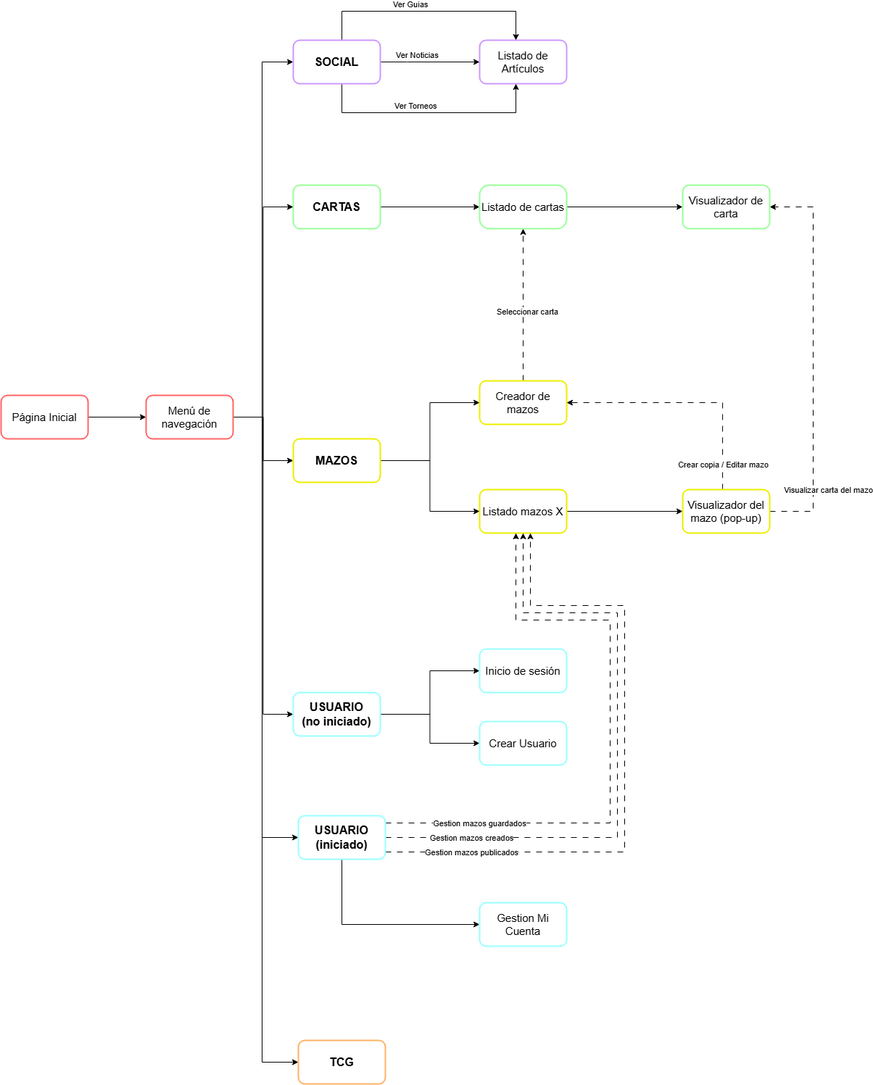
Before: Recursos/Mapa Card Partner v3.png, a diagram exported from draw.io (edgsant/CardPartner-TCG-Platform). Source tidied: cells renumbered, new cells last; positions are measured from the earlier drawing's top-left corner, leaving out a move shared by most shapes.
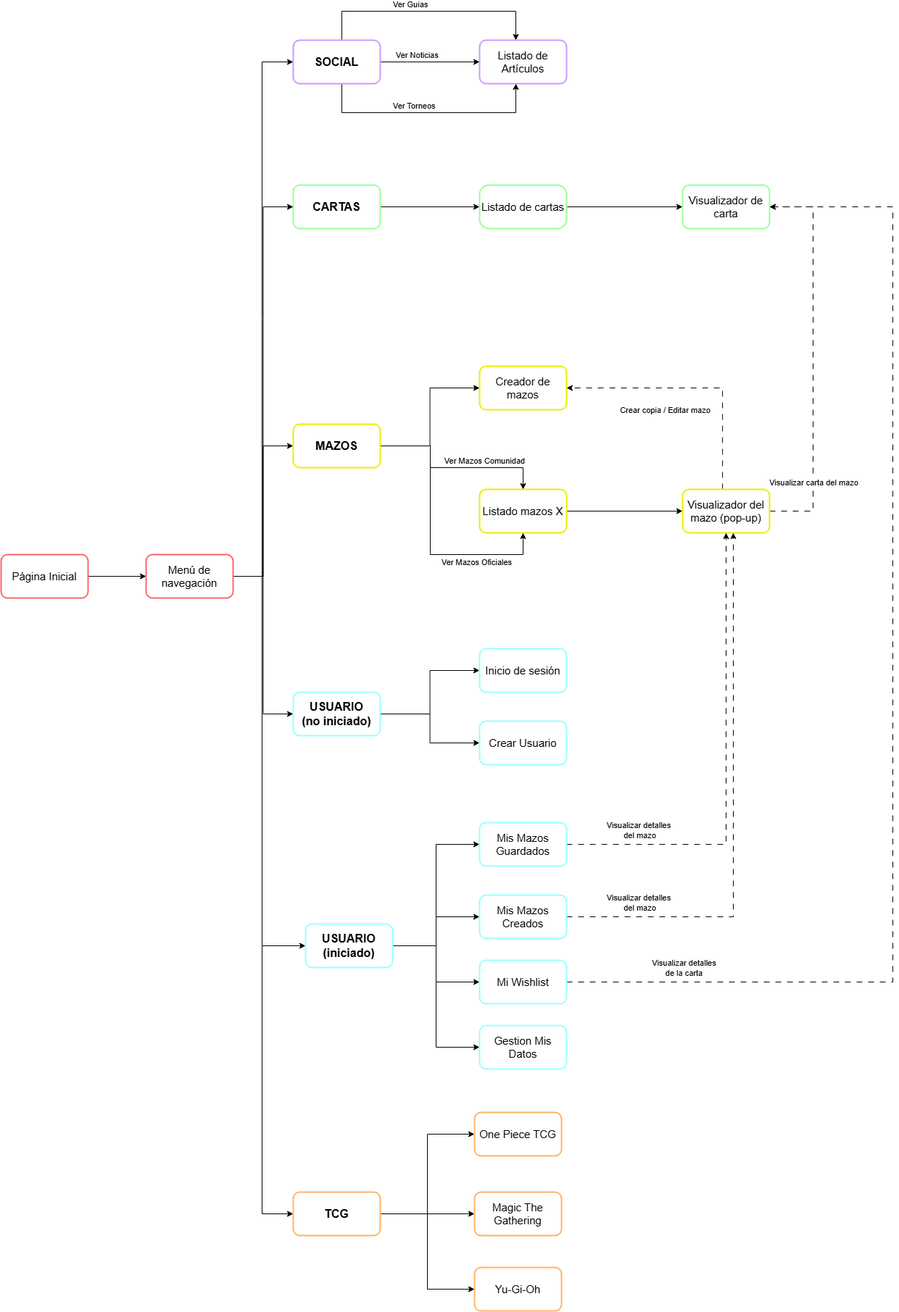
After the change.

Commit message:
docs: actualizado mapa de navegacion

The edit, as a diff of the source:
```diff
@@ -6,29 +6,16 @@
       <mxGeometry relative="1" as="geometry" />
     </mxCell>
     <mxCell id="3" value="Página Inicial" style="rounded=1;whiteSpace=wrap;html=1;strokeWidth=2;strokeColor=#FF6666;fontSize=15;" parent="1" vertex="1">
-      <mxGeometry y="530" width="120" height="60" as="geometry" />
+      <mxGeometry y="750" width="120" height="60" as="geometry" />
     </mxCell>
-    <mxCell id="4" style="edgeStyle=orthogonalEdgeStyle;rounded=0;jettySize=auto;html=1;entryX=0;entryY=0.5;entryDx=0;entryDy=0;jumpStyle=arc;jumpSize=15;" parent="1" edge="1" source="5" target="36">
+    <mxCell id="4" style="edgeStyle=orthogonalEdgeStyle;rounded=0;jettySize=auto;html=1;entryX=0;entryY=0.5;entryDx=0;entryDy=0;" parent="1" edge="1" source="5" target="36">
       <mxGeometry relative="1" as="geometry" />
     </mxCell>
     <mxCell id="5" value="Listado mazos X" style="rounded=1;whiteSpace=wrap;html=1;strokeWidth=2;strokeColor=#EEEE00;fontSize=15;" parent="1" vertex="1">
       <mxGeometry x="660" y="660" width="120" height="60" as="geometry" />
     </mxCell>
-    <mxCell id="6" style="edgeStyle=orthogonalEdgeStyle;rounded=0;jettySize=auto;html=1;dashed=1;dashPattern=8 8;entryX=0.5;entryY=1;entryDx=0;entryDy=0;jumpStyle=arc;jumpSize=15;" parent="1" edge="1" source="8" target="38">
-      <mxGeometry relative="1" as="geometry">
-        <Array as="points">
-          <mxPoint x="720" y="380" />
-          <mxPoint x="720" y="380" />
-        </Array>
-      </mxGeometry>
-    </mxCell>
-    <mxCell id="7" value="Seleccionar carta" style="edgeLabel;html=1;align=center;verticalAlign=middle;" parent="6" vertex="1">
-      <mxGeometry x="-0.71" y="3" relative="1" as="geometry">
-        <mxPoint x="8" y="-65" as="offset" />
-      </mxGeometry>
-    </mxCell>
     <mxCell id="8" value="Creador de mazos" style="rounded=1;whiteSpace=wrap;html=1;strokeWidth=2;strokeColor=#EEEE00;fontSize=15;" parent="1" vertex="1">
-      <mxGeometry x="660" y="510" width="120" height="60" as="geometry" />
+      <mxGeometry x="660" y="490" width="120" height="60" as="geometry" />
     </mxCell>
     <mxCell id="9" value="Listado de Artículos" style="rounded=1;whiteSpace=wrap;html=1;strokeWidth=2;strokeColor=#CC99FF;fontSize=15;" parent="1" vertex="1">
       <mxGeometry x="660" y="40" width="120" height="60" as="geometry" />
@@ -48,7 +35,7 @@
     <mxCell id="14" style="edgeStyle=orthogonalEdgeStyle;rounded=0;jettySize=auto;html=1;entryX=0;entryY=0.5;entryDx=0;entryDy=0;jumpStyle=arc;jumpSize=15;" parent="1" edge="1" source="18" target="28">
       <mxGeometry relative="1" as="geometry">
         <Array as="points">
-          <mxPoint x="360" y="560" />
+          <mxPoint x="360" y="780" />
           <mxPoint x="360" y="70" />
         </Array>
       </mxGeometry>
@@ -59,30 +46,55 @@
     <mxCell id="16" style="edgeStyle=orthogonalEdgeStyle;rounded=0;jettySize=auto;html=1;entryX=0;entryY=0.5;entryDx=0;entryDy=0;jumpStyle=arc;jumpSize=15;" parent="1" edge="1" source="18" target="47">
       <mxGeometry relative="1" as="geometry">
         <Array as="points">
-          <mxPoint x="360" y="560" />
-          <mxPoint x="360" y="1140" />
+          <mxPoint x="360" y="780" />
+          <mxPoint x="360" y="1290" />
         </Array>
       </mxGeometry>
     </mxCell>
     <mxCell id="17" style="edgeStyle=orthogonalEdgeStyle;rounded=0;jettySize=auto;html=1;entryX=0;entryY=0.5;entryDx=0;entryDy=0;" parent="1" edge="1" source="18" target="51">
       <mxGeometry relative="1" as="geometry">
         <Array as="points">
-          <mxPoint x="360" y="560" />
-          <mxPoint x="360" y="1450" />
+          <mxPoint x="360" y="780" />
+          <mxPoint x="360" y="1660" />
         </Array>
       </mxGeometry>
     </mxCell>
     <mxCell id="18" value="Me&lt;span style=&quot;background-color: transparent; color: light-dark(rgb(0, 0, 0), rgb(255, 255, 255));&quot;&gt;nú de navegación&lt;/span&gt;" style="rounded=1;whiteSpace=wrap;html=1;strokeWidth=2;strokeColor=#FF6666;fontSize=15;" parent="1" vertex="1">
-      <mxGeometry x="200" y="530" width="120" height="60" as="geometry" />
+      <mxGeometry x="200" y="750" width="120" height="60" as="geometry" />
     </mxCell>
-    <mxCell id="19" style="edgeStyle=orthogonalEdgeStyle;rounded=0;jettySize=auto;html=1;entryX=0;entryY=0.5;entryDx=0;entryDy=0;jumpStyle=arc;jumpSize=15;" parent="1" edge="1" source="21" target="5">
-      <mxGeometry relative="1" as="geometry" />
+    <mxCell id="19" style="edgeStyle=orthogonalEdgeStyle;rounded=0;jettySize=auto;html=1;jumpStyle=arc;jumpSize=15;entryX=0.5;entryY=0;entryDx=0;entryDy=0;" parent="1" edge="1" source="21" target="5">
+      <mxGeometry relative="1" as="geometry">
+        <Array as="points">
+          <mxPoint x="592" y="600" />
+          <mxPoint x="592" y="630" />
+          <mxPoint x="720" y="630" />
+        </Array>
+      </mxGeometry>
     </mxCell>
+    <mxCell id="52" value="Ver Mazos Comunidad" style="edgeLabel;html=1;align=center;verticalAlign=middle;" parent="19" vertex="1">
+      <mxGeometry x="0.59" y="1" relative="1" as="geometry">
+        <mxPoint x="-32" y="-9" as="offset" />
+      </mxGeometry>
+    </mxCell>
     <mxCell id="20" style="edgeStyle=orthogonalEdgeStyle;rounded=0;jettySize=auto;html=1;entryX=0;entryY=0.5;entryDx=0;entryDy=0;jumpStyle=arc;jumpSize=15;" parent="1" edge="1" source="21" target="8">
       <mxGeometry relative="1" as="geometry" />
     </mxCell>
+    <mxCell id="53" style="edgeStyle=orthogonalEdgeStyle;rounded=0;jettySize=auto;html=1;entryX=0.5;entryY=1;entryDx=0;entryDy=0;" parent="1" edge="1" source="21" target="5">
+      <mxGeometry relative="1" as="geometry">
+        <Array as="points">
+          <mxPoint x="592" y="600" />
+          <mxPoint x="592" y="750" />
+          <mxPoint x="720" y="750" />
+        </Array>
+      </mxGeometry>
+    </mxCell>
+    <mxCell id="54" value="Ver Mazos Oficiales" style="edgeLabel;html=1;align=center;verticalAlign=middle;" parent="53" vertex="1">
+      <mxGeometry x="0.59" y="1" relative="1" as="geometry">
+        <mxPoint x="-18" y="11" as="offset" />
+      </mxGeometry>
+    </mxCell>
     <mxCell id="21" value="MAZOS" style="rounded=1;whiteSpace=wrap;html=1;strokeWidth=2;strokeColor=#EEEE00;fontSize=16;fontStyle=1;" parent="1" vertex="1">
-      <mxGeometry x="403" y="590" width="120" height="60" as="geometry" />
+      <mxGeometry x="403" y="570" width="120" height="60" as="geometry" />
     </mxCell>
     <mxCell id="22" style="edgeStyle=orthogonalEdgeStyle;rounded=0;jettySize=auto;html=1;jumpStyle=arc;jumpSize=15;" parent="1" edge="1" source="28" target="9">
       <mxGeometry relative="1" as="geometry">
@@ -145,19 +157,19 @@
     </mxCell>
     <mxCell id="33" value="Visualizar carta del mazo" style="edgeLabel;html=1;align=center;verticalAlign=middle;" parent="32" vertex="1">
       <mxGeometry x="-0.67" y="-2" relative="1" as="geometry">
-        <mxPoint x="18" y="-1" as="offset" />
+        <mxPoint x="-2" y="-11" as="offset" />
       </mxGeometry>
     </mxCell>
     <mxCell id="34" style="edgeStyle=orthogonalEdgeStyle;rounded=0;jettySize=auto;html=1;entryX=1;entryY=0.5;entryDx=0;entryDy=0;dashed=1;dashPattern=8 8;strokeColor=default;align=center;verticalAlign=middle;fontFamily=Helvetica;fontSize=11;fontColor=default;labelBackgroundColor=default;jumpStyle=arc;jumpSize=15;endArrow=classic;" parent="1" edge="1" source="36" target="8">
       <mxGeometry relative="1" as="geometry">
         <Array as="points">
-          <mxPoint x="995" y="540" />
+          <mxPoint x="995" y="520" />
         </Array>
       </mxGeometry>
     </mxCell>
     <mxCell id="35" value="Crear copia / Editar mazo" style="edgeLabel;html=1;align=center;verticalAlign=middle;" parent="34" vertex="1">
       <mxGeometry x="-0.26" y="-1" relative="1" as="geometry">
-        <mxPoint x="4" y="86" as="offset" />
+        <mxPoint x="-81" y="21" as="offset" />
       </mxGeometry>
     </mxCell>
     <mxCell id="36" value="Visualizador del mazo (pop-up)" style="rounded=1;whiteSpace=wrap;html=1;strokeWidth=2;strokeColor=#EEEE00;fontSize=15;" parent="1" vertex="1">
@@ -172,55 +184,20 @@
     <mxCell id="39" value="Visualizador de carta" style="rounded=1;whiteSpace=wrap;html=1;strokeWidth=2;strokeColor=#99FF99;fontSize=15;" parent="1" vertex="1">
       <mxGeometry x="940" y="240" width="120" height="60" as="geometry" />
     </mxCell>
-    <mxCell id="40" style="edgeStyle=orthogonalEdgeStyle;rounded=0;jettySize=auto;html=1;dashed=1;dashPattern=8 8;strokeColor=default;align=center;verticalAlign=middle;fontFamily=Helvetica;fontSize=11;fontColor=default;labelBackgroundColor=default;jumpStyle=arc;jumpSize=15;endArrow=classic;" parent="1" edge="1" source="47" target="5">
-      <mxGeometry relative="1" as="geometry">
-        <Array as="points">
-          <mxPoint x="850" y="1140" />
-          <mxPoint x="850" y="830" />
-          <mxPoint x="720" y="830" />
-        </Array>
-      </mxGeometry>
-    </mxCell>
-    <mxCell id="41" value="Gestion mazos creados" style="edgeLabel;html=1;align=center;verticalAlign=middle;" parent="40" vertex="1">
-      <mxGeometry x="-0.58" y="-2" relative="1" as="geometry">
-        <mxPoint x="-64" y="-2" as="offset" />
-      </mxGeometry>
-    </mxCell>
-    <mxCell id="42" style="edgeStyle=orthogonalEdgeStyle;rounded=0;jettySize=auto;html=1;dashed=1;dashPattern=8 8;strokeColor=default;align=center;verticalAlign=middle;fontFamily=Helvetica;fontSize=11;fontColor=default;labelBackgroundColor=default;jumpStyle=arc;jumpSize=15;endArrow=classic;" parent="1" edge="1" source="47" target="5">
-      <mxGeometry relative="1" as="geometry">
-        <Array as="points">
-          <mxPoint x="840" y="1120" />
-          <mxPoint x="840" y="840" />
-          <mxPoint x="710" y="840" />
-        </Array>
-      </mxGeometry>
-    </mxCell>
-    <mxCell id="43" value="Gestion mazos guardados" style="edgeLabel;html=1;align=center;verticalAlign=middle;" parent="42" vertex="1">
-      <mxGeometry x="-0.68" y="2" relative="1" as="geometry">
-        <mxPoint x="-4" y="2" as="offset" />
-      </mxGeometry>
-    </mxCell>
-    <mxCell id="44" style="edgeStyle=orthogonalEdgeStyle;rounded=0;jettySize=auto;html=1;dashed=1;dashPattern=8 8;strokeColor=default;align=center;verticalAlign=middle;fontFamily=Helvetica;fontSize=11;fontColor=default;labelBackgroundColor=default;jumpStyle=arc;jumpSize=15;endArrow=classic;" parent="1" edge="1" source="47" target="5">
-      <mxGeometry relative="1" as="geometry">
-        <Array as="points">
-          <mxPoint x="860" y="1160" />
-          <mxPoint x="860" y="820" />
-          <mxPoint x="730" y="820" />
-        </Array>
-      </mxGeometry>
-    </mxCell>
-    <mxCell id="45" value="Gestion mazos publicados" style="edgeLabel;html=1;align=center;verticalAlign=middle;" parent="44" vertex="1">
-      <mxGeometry x="-0.74" relative="1" as="geometry" />
-    </mxCell>
+    <mxCell id="55" style="edgeStyle=orthogonalEdgeStyle;rounded=0;jettySize=auto;html=1;" parent="1" edge="1" source="47" target="65">
+      <mxGeometry relative="1" as="geometry" />
+    </mxCell>
+    <mxCell id="56" style="edgeStyle=orthogonalEdgeStyle;rounded=0;jettySize=auto;html=1;entryX=0;entryY=0.5;entryDx=0;entryDy=0;" parent="1" edge="1" source="47" target="68">
+      <mxGeometry relative="1" as="geometry" />
+    </mxCell>
+    <mxCell id="57" style="edgeStyle=orthogonalEdgeStyle;rounded=0;jettySize=auto;html=1;entryX=0;entryY=0.5;entryDx=0;entryDy=0;" parent="1" edge="1" source="47" target="71">
+      <mxGeometry relative="1" as="geometry" />
+    </mxCell>
-    <mxCell id="46" style="edgeStyle=orthogonalEdgeStyle;rounded=0;jettySize=auto;html=1;" parent="1" edge="1" source="47" target="50">
-      <mxGeometry relative="1" as="geometry">
-        <Array as="points">
-          <mxPoint x="470" y="1260" />
-        </Array>
-      </mxGeometry>
+    <mxCell id="46" style="edgeStyle=orthogonalEdgeStyle;rounded=0;jettySize=auto;html=1;entryX=0;entryY=0.5;entryDx=0;entryDy=0;" parent="1" edge="1" source="47" target="50">
+      <mxGeometry relative="1" as="geometry" />
     </mxCell>
     <mxCell id="47" value="USUARIO&lt;div&gt;(iniciado)&lt;/div&gt;" style="rounded=1;whiteSpace=wrap;html=1;strokeWidth=2;strokeColor=#99FFFF;fontSize=16;fontStyle=1;" parent="1" vertex="1">
-      <mxGeometry x="410" y="1110" width="120" height="60" as="geometry" />
+      <mxGeometry x="420" y="1260" width="120" height="60" as="geometry" />
     </mxCell>
     <mxCell id="48" value="Crear Usuario" style="rounded=1;whiteSpace=wrap;html=1;strokeWidth=2;strokeColor=#99FFFF;fontSize=15;" parent="1" vertex="1">
       <mxGeometry x="660" y="980" width="120" height="60" as="geometry" />
@@ -228,11 +205,69 @@
     <mxCell id="49" value="Inicio de sesión" style="rounded=1;whiteSpace=wrap;html=1;strokeWidth=2;strokeColor=#99FFFF;fontSize=15;" parent="1" vertex="1">
       <mxGeometry x="660" y="880" width="120" height="60" as="geometry" />
     </mxCell>
-    <mxCell id="50" value="Gestion Mi Cuenta" style="rounded=1;whiteSpace=wrap;html=1;strokeWidth=2;strokeColor=#99FFFF;fontSize=15;" parent="1" vertex="1">
-      <mxGeometry x="660" y="1230" width="120" height="60" as="geometry" />
+    <mxCell id="50" value="Gestion Mis Datos" style="rounded=1;whiteSpace=wrap;html=1;strokeWidth=2;strokeColor=#99FFFF;fontSize=15;" parent="1" vertex="1">
+      <mxGeometry x="660" y="1400" width="120" height="60" as="geometry" />
     </mxCell>
+    <mxCell id="58" style="edgeStyle=orthogonalEdgeStyle;rounded=0;jettySize=auto;html=1;entryX=0;entryY=0.5;entryDx=0;entryDy=0;" parent="1" edge="1" source="51" target="61">
+      <mxGeometry relative="1" as="geometry" />
+    </mxCell>
+    <mxCell id="59" style="edgeStyle=orthogonalEdgeStyle;rounded=0;jettySize=auto;html=1;" parent="1" edge="1" source="51" target="62">
+      <mxGeometry relative="1" as="geometry" />
+    </mxCell>
+    <mxCell id="60" style="edgeStyle=orthogonalEdgeStyle;rounded=0;jettySize=auto;html=1;entryX=0;entryY=0.5;entryDx=0;entryDy=0;" parent="1" edge="1" source="51" target="63">
+      <mxGeometry relative="1" as="geometry" />
+    </mxCell>
     <mxCell id="51" value="TCG" style="rounded=1;whiteSpace=wrap;html=1;strokeWidth=2;strokeColor=#FFB366;fontSize=16;align=center;verticalAlign=middle;fontFamily=Helvetica;fontColor=default;fontStyle=1;fillColor=default;" parent="1" vertex="1">
-      <mxGeometry x="410" y="1420" width="120" height="60" as="geometry" />
+      <mxGeometry x="403" y="1630" width="120" height="60" as="geometry" />
     </mxCell>
+    <mxCell id="61" value="One Piece TCG" style="rounded=1;whiteSpace=wrap;html=1;strokeWidth=2;strokeColor=#FFB366;fontSize=15;align=center;verticalAlign=middle;fontFamily=Helvetica;fontColor=default;fontStyle=0;fillColor=default;" parent="1" vertex="1">
+      <mxGeometry x="653" y="1520" width="120" height="60" as="geometry" />
+    </mxCell>
+    <mxCell id="62" value="Magic The Gathering" style="rounded=1;whiteSpace=wrap;html=1;strokeWidth=2;strokeColor=#FFB366;fontSize=15;align=center;verticalAlign=middle;fontFamily=Helvetica;fontColor=default;fontStyle=0;fillColor=default;" parent="1" vertex="1">
+      <mxGeometry x="653" y="1630" width="120" height="60" as="geometry" />
+    </mxCell>
+    <mxCell id="63" value="Yu-Gi-Oh" style="rounded=1;whiteSpace=wrap;html=1;strokeWidth=2;strokeColor=#FFB366;fontSize=15;align=center;verticalAlign=middle;fontFamily=Helvetica;fontColor=default;fontStyle=0;fillColor=default;" parent="1" vertex="1">
+      <mxGeometry x="653" y="1734" width="120" height="60" as="geometry" />
+    </mxCell>
+    <mxCell id="64" style="edgeStyle=orthogonalEdgeStyle;rounded=0;jettySize=auto;html=1;dashed=1;dashPattern=8 8;strokeColor=default;align=center;verticalAlign=middle;fontFamily=Helvetica;fontSize=11;fontColor=default;labelBackgroundColor=default;jumpStyle=arc;jumpSize=15;endArrow=classic;" parent="1" edge="1" source="65" target="36">
+      <mxGeometry relative="1" as="geometry">
+        <Array as="points">
+          <mxPoint x="1010" y="1250" />
+        </Array>
+      </mxGeometry>
+    </mxCell>
+    <mxCell id="65" value="Mis Mazos Creados" style="rounded=1;whiteSpace=wrap;html=1;strokeWidth=2;strokeColor=#99FFFF;fontSize=15;" parent="1" vertex="1">
+      <mxGeometry x="660" y="1220" width="120" height="60" as="geometry" />
+    </mxCell>
+    <mxCell id="66" style="edgeStyle=orthogonalEdgeStyle;rounded=0;jettySize=auto;html=1;dashed=1;dashPattern=8 8;strokeColor=default;align=center;verticalAlign=middle;fontFamily=Helvetica;fontSize=11;fontColor=default;labelBackgroundColor=default;jumpStyle=arc;jumpSize=15;endArrow=classic;" parent="1" edge="1" source="68" target="36">
+      <mxGeometry relative="1" as="geometry" />
+    </mxCell>
+    <mxCell id="67" value="Visualizar detalles&amp;nbsp;&lt;div&gt;del mazo&lt;/div&gt;" style="edgeLabel;html=1;align=center;verticalAlign=middle;" parent="66" vertex="1">
+      <mxGeometry x="-0.72" y="2" relative="1" as="geometry">
+        <mxPoint x="9" y="-18" as="offset" />
+      </mxGeometry>
+    </mxCell>
+    <mxCell id="68" value="Mis Mazos Guardados" style="rounded=1;whiteSpace=wrap;html=1;strokeWidth=2;strokeColor=#99FFFF;fontSize=15;" parent="1" vertex="1">
+      <mxGeometry x="660" y="1120" width="120" height="60" as="geometry" />
+    </mxCell>
+    <mxCell id="69" style="edgeStyle=orthogonalEdgeStyle;rounded=0;jettySize=auto;html=1;dashed=1;dashPattern=8 8;strokeColor=default;align=center;verticalAlign=middle;fontFamily=Helvetica;fontSize=11;fontColor=default;labelBackgroundColor=default;jumpStyle=arc;jumpSize=15;endArrow=classic;" parent="1" edge="1" source="71" target="39">
+      <mxGeometry relative="1" as="geometry">
+        <Array as="points">
+          <mxPoint x="1230" y="1340" />
+          <mxPoint x="1230" y="270" />
+        </Array>
+      </mxGeometry>
+    </mxCell>
+    <mxCell id="70" value="Visualizar detalles&lt;div&gt;de la carta&lt;/div&gt;" style="edgeLabel;html=1;align=center;verticalAlign=middle;" parent="69" vertex="1">
+      <mxGeometry x="-0.83" y="-1" relative="1" as="geometry">
+        <mxPoint x="16" y="-21" as="offset" />
+      </mxGeometry>
+    </mxCell>
+    <mxCell id="71" value="Mi Wishlist" style="rounded=1;whiteSpace=wrap;html=1;strokeWidth=2;strokeColor=#99FFFF;fontSize=15;" parent="1" vertex="1">
+      <mxGeometry x="660" y="1310" width="120" height="60" as="geometry" />
+    </mxCell>
+    <mxCell id="72" value="Visualizar detalles&amp;nbsp;&lt;div&gt;del mazo&lt;/div&gt;" style="edgeLabel;html=1;align=center;verticalAlign=middle;" parent="1" vertex="1">
+      <mxGeometry x="880" y="1230" as="geometry" />
+    </mxCell>
   </root>
 </mxGraphModel>
```
